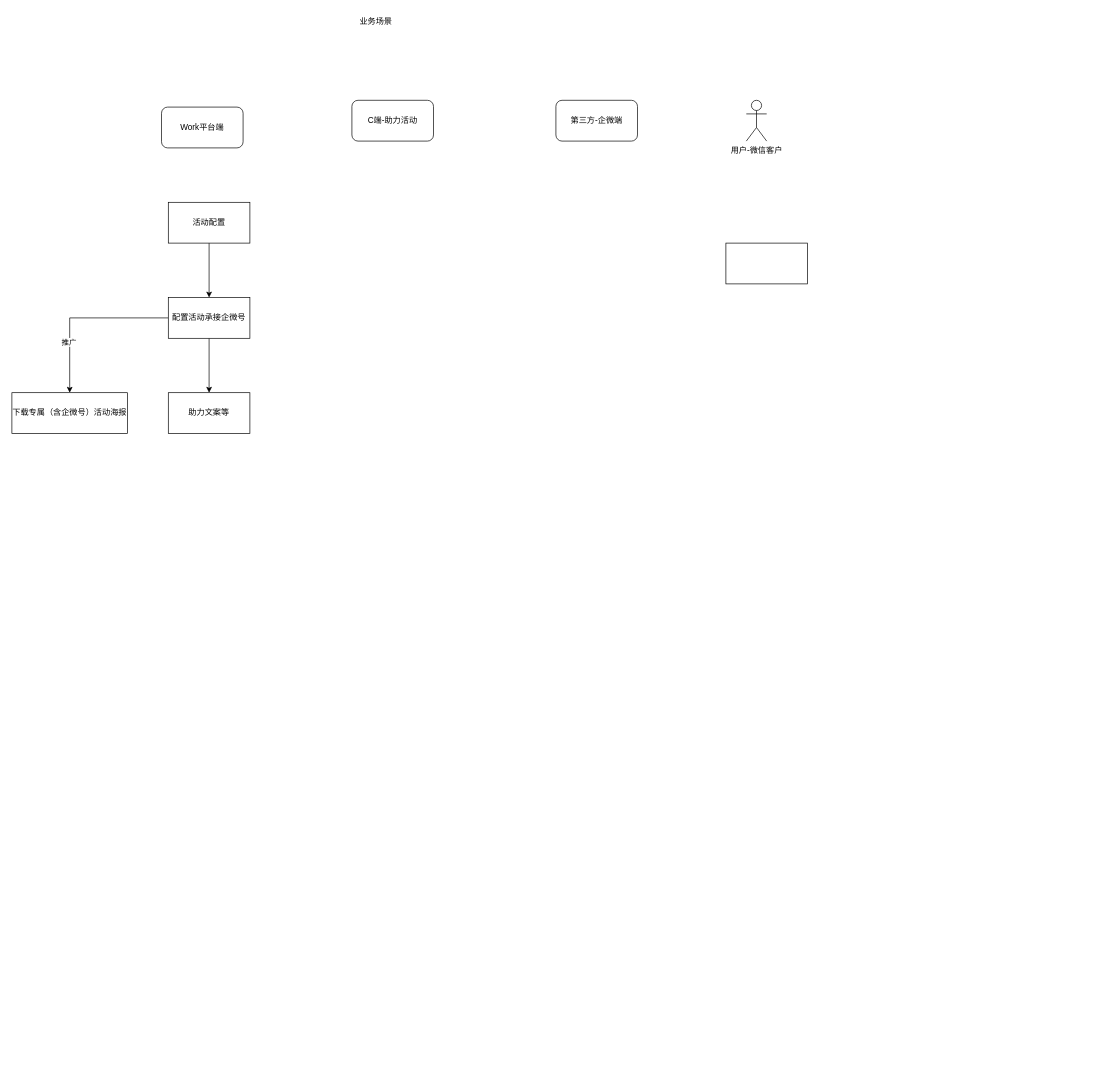
YYB1024/myRemoteRepo keeps this draw.io diagram as 婚奢汇业务流程图/助力回调业务.drawio. Above is the earlier version. Source tidied: cells renumbered, new cells numbered last; positions are measured from the earlier drawing's top-left corner, leaving out a move shared by most shapes. Both pictures are drawn from the tidied source at 68%, with x=0, y=0 at pixel (12, 12).
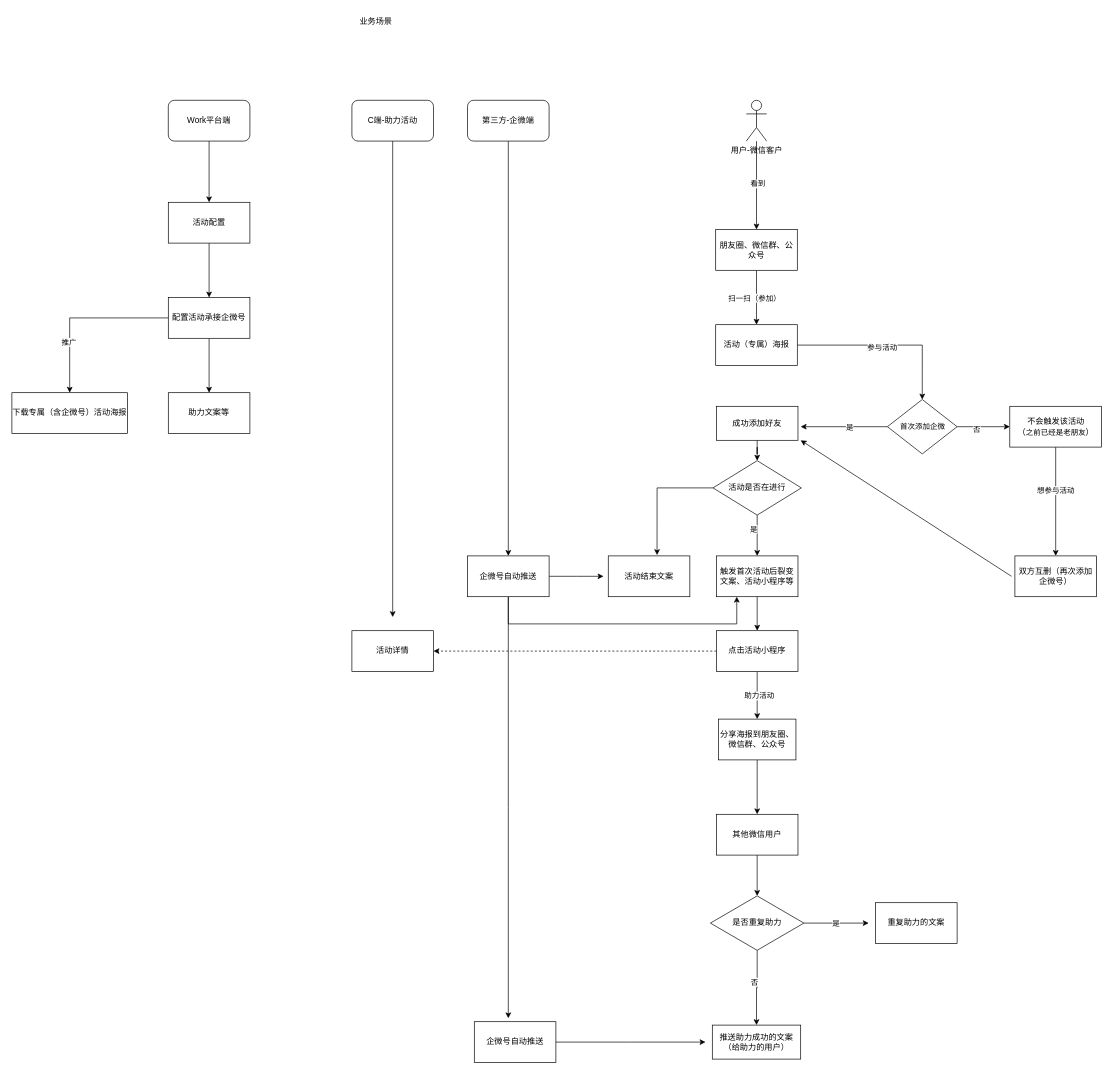
Above is the later version.

Commit message (it also covers changes not shown here):
更新助力回调业务.drawio

Unchanged cells that the change refers to:
```xml
<mxCell id="4" value="C端-助力活动" style="rounded=1;whiteSpace=wrap;html=1;" parent="1" vertex="1">
  <mxGeometry x="500" y="130" width="120" height="60" as="geometry" />
</mxCell>
<mxCell id="7" value="活动配置" style="rounded=0;whiteSpace=wrap;html=1;" parent="1" vertex="1">
  <mxGeometry x="230" y="280" width="120" height="60" as="geometry" />
</mxCell>
<mxCell id="14" value="用户-微信客户" style="shape=umlActor;verticalLabelPosition=bottom;verticalAlign=top;html=1;outlineConnect=0;" parent="1" vertex="1">
  <mxGeometry x="1080" y="130" width="30" height="60" as="geometry" />
</mxCell>
```

What changed in the source:
```diff
@@
+    <mxCell id="16" style="edgeStyle=orthogonalEdgeStyle;rounded=0;jettySize=auto;html=1;entryX=0.5;entryY=0;entryDx=0;entryDy=0;" parent="1" edge="1" source="3" target="7">
+      <mxGeometry relative="1" as="geometry" />
+    </mxCell>
     <mxCell id="3" value="Work平台端" style="rounded=1;whiteSpace=wrap;html=1;" parent="1" vertex="1">
-      <mxGeometry x="220" y="140" width="120" height="60" as="geometry" />
+      <mxGeometry x="230" y="130" width="120" height="60" as="geometry" />
     </mxCell>
+    <mxCell id="17" style="edgeStyle=orthogonalEdgeStyle;rounded=0;jettySize=auto;html=1;" parent="1" edge="1" source="4">
+      <mxGeometry relative="1" as="geometry">
+        <mxPoint x="560" y="890" as="targetPoint" />
+      </mxGeometry>
+    </mxCell>
@@
+    <mxCell id="18" style="edgeStyle=orthogonalEdgeStyle;rounded=0;jettySize=auto;html=1;entryX=0.5;entryY=0;entryDx=0;entryDy=0;" parent="1" edge="1" source="5" target="31">
+      <mxGeometry relative="1" as="geometry" />
+    </mxCell>
     <mxCell id="5" value="第三方-企微端" style="rounded=1;whiteSpace=wrap;html=1;" parent="1" vertex="1">
-      <mxGeometry x="800" y="130" width="120" height="60" as="geometry" />
+      <mxGeometry x="670" y="130" width="120" height="60" as="geometry" />
     </mxCell>
@@
+    <mxCell id="19" style="edgeStyle=orthogonalEdgeStyle;rounded=0;jettySize=auto;html=1;entryX=0.5;entryY=0;entryDx=0;entryDy=0;" parent="1" edge="1" source="14" target="15">
+      <mxGeometry relative="1" as="geometry" />
+    </mxCell>
+    <mxCell id="20" value="看到" style="edgeLabel;html=1;align=center;verticalAlign=middle;" parent="19" vertex="1">
+      <mxGeometry x="-0.04" y="1" relative="1" as="geometry" />
+    </mxCell>
@@
+    <mxCell id="21" style="edgeStyle=orthogonalEdgeStyle;rounded=0;jettySize=auto;html=1;" parent="1" edge="1" source="15" target="25">
+      <mxGeometry relative="1" as="geometry" />
+    </mxCell>
+    <mxCell id="22" value="扫一扫（参加）" style="edgeLabel;html=1;align=center;verticalAlign=middle;" parent="21" vertex="1">
+      <mxGeometry x="-0.01" y="-4" relative="1" as="geometry" />
+    </mxCell>
-    <mxCell id="15" style="rounded=0;whiteSpace=wrap;html=1;" parent="1" vertex="1">
-      <mxGeometry x="1050" y="340" width="120" height="60" as="geometry" />
+    <mxCell id="15" value="朋友圈、微信群、公众号" style="rounded=0;whiteSpace=wrap;html=1;" parent="1" vertex="1">
+      <mxGeometry x="1035" y="320" width="120" height="60" as="geometry" />
     </mxCell>
+    <mxCell id="23" style="edgeStyle=orthogonalEdgeStyle;rounded=0;jettySize=auto;html=1;entryX=0.5;entryY=0;entryDx=0;entryDy=0;" parent="1" edge="1" source="25" target="39">
+      <mxGeometry relative="1" as="geometry" />
+    </mxCell>
+    <mxCell id="24" value="参与活动" style="edgeLabel;html=1;align=center;verticalAlign=middle;" parent="23" vertex="1">
+      <mxGeometry x="-0.06" y="-1" relative="1" as="geometry">
+        <mxPoint y="1" as="offset" />
+      </mxGeometry>
+    </mxCell>
+    <mxCell id="25" value="活动（专属）海报" style="whiteSpace=wrap;html=1;rounded=0;" parent="1" vertex="1">
+      <mxGeometry x="1035" y="460" width="120" height="60" as="geometry" />
+    </mxCell>
+    <mxCell id="26" style="edgeStyle=orthogonalEdgeStyle;rounded=0;jettySize=auto;html=1;" parent="1" edge="1" source="27" target="43">
+      <mxGeometry relative="1" as="geometry" />
+    </mxCell>
+    <mxCell id="27" value="触发首次活动后裂变文案、活动小程序等" style="whiteSpace=wrap;html=1;rounded=0;" parent="1" vertex="1">
+      <mxGeometry x="1036" y="800" width="120" height="60" as="geometry" />
+    </mxCell>
+    <mxCell id="28" style="edgeStyle=orthogonalEdgeStyle;rounded=0;jettySize=auto;html=1;" parent="1" edge="1" source="31">
+      <mxGeometry relative="1" as="geometry">
+        <mxPoint x="870" y="830" as="targetPoint" />
+      </mxGeometry>
+    </mxCell>
+    <mxCell id="29" style="edgeStyle=orthogonalEdgeStyle;rounded=0;jettySize=auto;html=1;entryX=0.25;entryY=1;entryDx=0;entryDy=0;" parent="1" edge="1" source="31" target="27">
+      <mxGeometry relative="1" as="geometry">
+        <Array as="points">
+          <mxPoint x="730" y="900" />
+          <mxPoint x="1066" y="900" />
+        </Array>
+      </mxGeometry>
+    </mxCell>
+    <mxCell id="30" style="edgeStyle=orthogonalEdgeStyle;rounded=0;jettySize=auto;html=1;" parent="1" edge="1" source="31">
+      <mxGeometry relative="1" as="geometry">
+        <mxPoint x="730" y="1480" as="targetPoint" />
+      </mxGeometry>
+    </mxCell>
+    <mxCell id="31" value="企微号自动推送" style="rounded=0;whiteSpace=wrap;html=1;" parent="1" vertex="1">
+      <mxGeometry x="670" y="800" width="120" height="60" as="geometry" />
+    </mxCell>
+    <mxCell id="32" style="edgeStyle=orthogonalEdgeStyle;rounded=0;jettySize=auto;html=1;" parent="1" edge="1" source="63" target="34">
+      <mxGeometry relative="1" as="geometry" />
+    </mxCell>
+    <mxCell id="33" value="想参与活动" style="edgeLabel;html=1;align=center;verticalAlign=middle;" parent="32" vertex="1">
+      <mxGeometry x="-0.21" y="-1" relative="1" as="geometry" />
+    </mxCell>
+    <mxCell id="34" value="双方互删（再次添加企微号）" style="whiteSpace=wrap;html=1;rounded=0;" parent="1" vertex="1">
+      <mxGeometry x="1475" y="800" width="120" height="60" as="geometry" />
+    </mxCell>
+    <mxCell id="35" style="edgeStyle=orthogonalEdgeStyle;rounded=0;jettySize=auto;html=1;" parent="1" edge="1" source="39" target="63">
+      <mxGeometry relative="1" as="geometry" />
+    </mxCell>
+    <mxCell id="36" value="否" style="edgeLabel;html=1;align=center;verticalAlign=middle;" parent="35" vertex="1">
+      <mxGeometry x="-0.27" y="-4" relative="1" as="geometry" />
+    </mxCell>
+    <mxCell id="37" style="edgeStyle=orthogonalEdgeStyle;rounded=0;jettySize=auto;html=1;" parent="1" edge="1" source="39">
+      <mxGeometry relative="1" as="geometry">
+        <mxPoint x="1160" y="610" as="targetPoint" />
+      </mxGeometry>
+    </mxCell>
+    <mxCell id="38" value="是" style="edgeLabel;html=1;align=center;verticalAlign=middle;" parent="37" vertex="1">
+      <mxGeometry x="-0.12" relative="1" as="geometry" />
+    </mxCell>
+    <mxCell id="39" value="&lt;span style=&quot;font-size: 11px; background-color: rgb(255, 255, 255);&quot;&gt;首次添加企微&lt;/span&gt;" style="rhombus;whiteSpace=wrap;html=1;" parent="1" vertex="1">
+      <mxGeometry x="1287.5" y="570" width="102.5" height="80" as="geometry" />
+    </mxCell>
+    <mxCell id="40" style="edgeStyle=orthogonalEdgeStyle;rounded=0;jettySize=auto;html=1;entryX=1;entryY=0.5;entryDx=0;entryDy=0;dashed=1;" parent="1" edge="1" source="43" target="44">
+      <mxGeometry relative="1" as="geometry" />
+    </mxCell>
+    <mxCell id="41" style="edgeStyle=orthogonalEdgeStyle;rounded=0;jettySize=auto;html=1;" parent="1" edge="1" source="43" target="46">
+      <mxGeometry relative="1" as="geometry" />
+    </mxCell>
+    <mxCell id="42" value="助力活动" style="edgeLabel;html=1;align=center;verticalAlign=middle;" parent="41" vertex="1">
+      <mxGeometry x="-0.03" y="2" relative="1" as="geometry">
+        <mxPoint y="1" as="offset" />
+      </mxGeometry>
+    </mxCell>
+    <mxCell id="43" value="点击活动小程序" style="whiteSpace=wrap;html=1;rounded=0;" parent="1" vertex="1">
+      <mxGeometry x="1036" y="910" width="120" height="60" as="geometry" />
+    </mxCell>
+    <mxCell id="44" value="活动详情" style="rounded=0;whiteSpace=wrap;html=1;" parent="1" vertex="1">
+      <mxGeometry x="500" y="910" width="120" height="60" as="geometry" />
+    </mxCell>
+    <mxCell id="45" style="edgeStyle=orthogonalEdgeStyle;rounded=0;jettySize=auto;html=1;" parent="1" edge="1" source="46" target="48">
+      <mxGeometry relative="1" as="geometry" />
+    </mxCell>
+    <mxCell id="46" value="分享海报到朋友圈、微信群、公众号" style="whiteSpace=wrap;html=1;rounded=0;" parent="1" vertex="1">
+      <mxGeometry x="1039" y="1040" width="114" height="60" as="geometry" />
+    </mxCell>
+    <mxCell id="47" style="edgeStyle=orthogonalEdgeStyle;rounded=0;jettySize=auto;html=1;entryX=0.5;entryY=0;entryDx=0;entryDy=0;" parent="1" edge="1" source="48" target="55">
+      <mxGeometry relative="1" as="geometry" />
+    </mxCell>
+    <mxCell id="48" value="其他微信用户" style="whiteSpace=wrap;html=1;rounded=0;" parent="1" vertex="1">
+      <mxGeometry x="1036" y="1180" width="120" height="60" as="geometry" />
+    </mxCell>
+    <mxCell id="49" value="推送助力成功的文案（给助力的用户）" style="whiteSpace=wrap;html=1;rounded=0;" parent="1" vertex="1">
+      <mxGeometry x="1030" y="1490" width="130" height="50" as="geometry" />
+    </mxCell>
+    <mxCell id="50" style="edgeStyle=orthogonalEdgeStyle;rounded=0;jettySize=auto;html=1;" parent="1" edge="1" source="51">
+      <mxGeometry relative="1" as="geometry">
+        <mxPoint x="1020" y="1515" as="targetPoint" />
+      </mxGeometry>
+    </mxCell>
+    <mxCell id="51" value="企微号自动推送" style="rounded=0;whiteSpace=wrap;html=1;" parent="1" vertex="1">
+      <mxGeometry x="680" y="1485" width="120" height="60" as="geometry" />
+    </mxCell>
+    <mxCell id="52" style="edgeStyle=orthogonalEdgeStyle;rounded=0;jettySize=auto;html=1;entryX=0.5;entryY=0;entryDx=0;entryDy=0;" parent="1" edge="1" source="55" target="49">
+      <mxGeometry relative="1" as="geometry" />
+    </mxCell>
+    <mxCell id="53" value="否" style="edgeLabel;html=1;align=center;verticalAlign=middle;" parent="52" vertex="1">
+      <mxGeometry x="-0.13" y="-5" relative="1" as="geometry">
+        <mxPoint y="-1" as="offset" />
+      </mxGeometry>
+    </mxCell>
+    <mxCell id="54" value="是" style="edgeStyle=orthogonalEdgeStyle;rounded=0;jettySize=auto;html=1;" parent="1" edge="1" source="55">
+      <mxGeometry relative="1" as="geometry">
+        <mxPoint x="1260" y="1340" as="targetPoint" />
+      </mxGeometry>
+    </mxCell>
+    <mxCell id="55" value="是否重复助力" style="rhombus;whiteSpace=wrap;html=1;" parent="1" vertex="1">
+      <mxGeometry x="1027.2" y="1300" width="137.5" height="80" as="geometry" />
+    </mxCell>
+    <mxCell id="56" value="重复助力的文案" style="whiteSpace=wrap;html=1;" parent="1" vertex="1">
+      <mxGeometry x="1270" y="1310" width="120" height="60" as="geometry" />
+    </mxCell>
+    <mxCell id="57" style="edgeStyle=orthogonalEdgeStyle;rounded=0;jettySize=auto;html=1;entryX=0.5;entryY=0;entryDx=0;entryDy=0;" parent="1" edge="1" source="60" target="27">
+      <mxGeometry relative="1" as="geometry" />
+    </mxCell>
+    <mxCell id="58" value="是" style="edgeLabel;html=1;align=center;verticalAlign=middle;" parent="57" vertex="1">
+      <mxGeometry x="-0.34" y="3" relative="1" as="geometry">
+        <mxPoint x="-9" as="offset" />
+      </mxGeometry>
+    </mxCell>
+    <mxCell id="59" style="edgeStyle=orthogonalEdgeStyle;rounded=0;jettySize=auto;html=1;entryX=0.598;entryY=-0.019;entryDx=0;entryDy=0;entryPerimeter=0;" parent="1" edge="1" source="60" target="65">
+      <mxGeometry relative="1" as="geometry" />
+    </mxCell>
+    <mxCell id="60" value="活动是否在进行" style="rhombus;whiteSpace=wrap;html=1;" parent="1" vertex="1">
+      <mxGeometry x="1031" y="660" width="130" height="80" as="geometry" />
+    </mxCell>
+    <mxCell id="61" style="edgeStyle=orthogonalEdgeStyle;rounded=0;jettySize=auto;html=1;" parent="1" edge="1" source="62" target="60">
+      <mxGeometry relative="1" as="geometry" />
+    </mxCell>
+    <mxCell id="62" value="成功添加好友" style="rounded=0;whiteSpace=wrap;html=1;" parent="1" vertex="1">
+      <mxGeometry x="1036" y="580" width="120" height="50" as="geometry" />
+    </mxCell>
+    <mxCell id="63" value="不会触发该活动&lt;br&gt;（&lt;span style=&quot;font-size: 11px; background-color: rgb(255, 255, 255);&quot;&gt;之前已经是老朋友&lt;/span&gt;）" style="whiteSpace=wrap;html=1;rounded=0;" parent="1" vertex="1">
+      <mxGeometry x="1467.5" y="580" width="135" height="60" as="geometry" />
+    </mxCell>
+    <mxCell id="64" style="endArrow=classic;html=1;rounded=0;" parent="1" edge="1">
+      <mxGeometry relative="1" as="geometry">
+        <mxPoint x="1470" y="830" as="sourcePoint" />
+        <mxPoint x="1160" y="630" as="targetPoint" />
+      </mxGeometry>
+    </mxCell>
+    <mxCell id="65" value="活动结束文案" style="rounded=0;whiteSpace=wrap;html=1;" parent="1" vertex="1">
+      <mxGeometry x="877" y="800" width="120" height="60" as="geometry" />
+    </mxCell>
```
